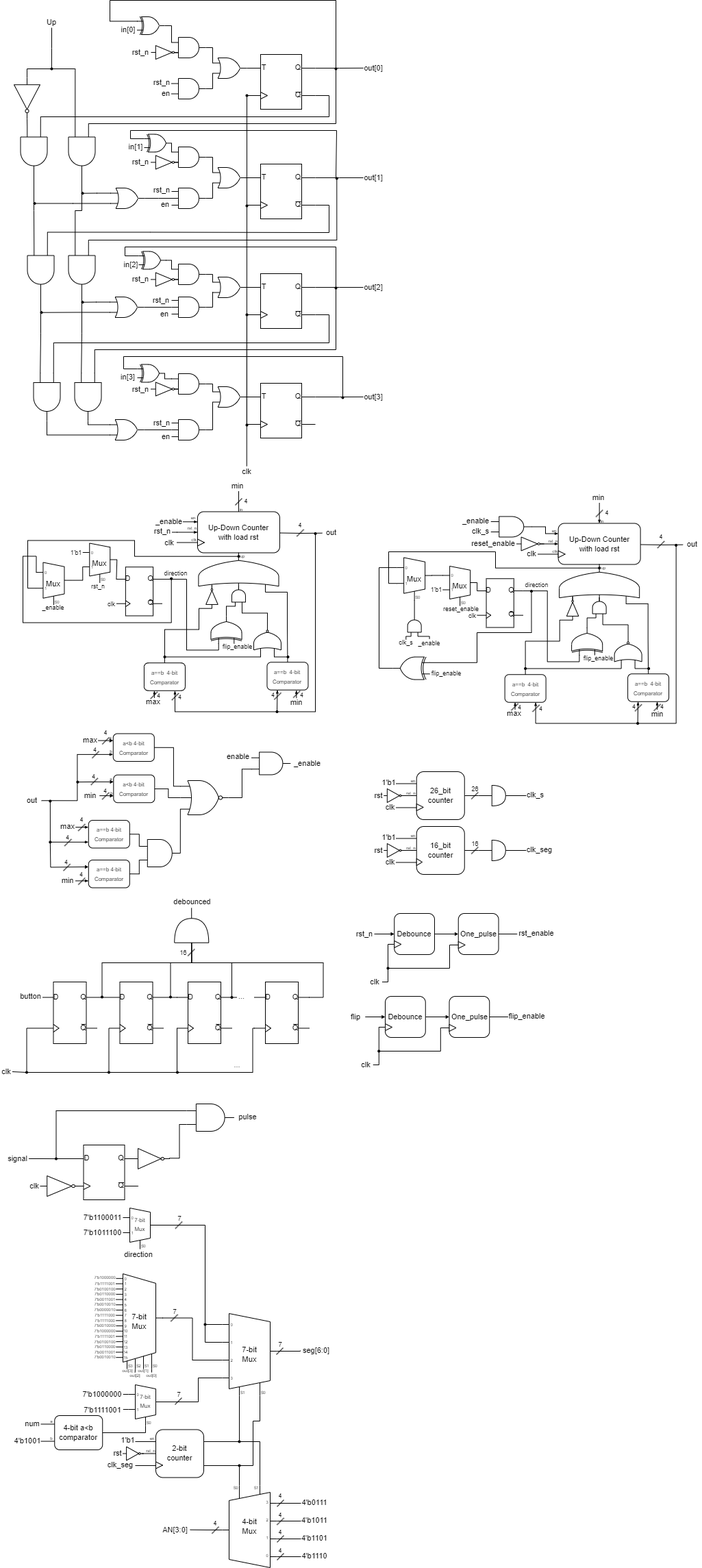
Above: Lab3/Advanced/3-5/Lab3-5.png in Crazy-Ting-Yao/2023-Fall-Hardware_Design_and_Lab_Lee (draw.io), before the change. Source tidied: cells renumbered, new cells last; positions are measured from the earlier drawing's top-left corner, leaving out a move shared by most shapes.
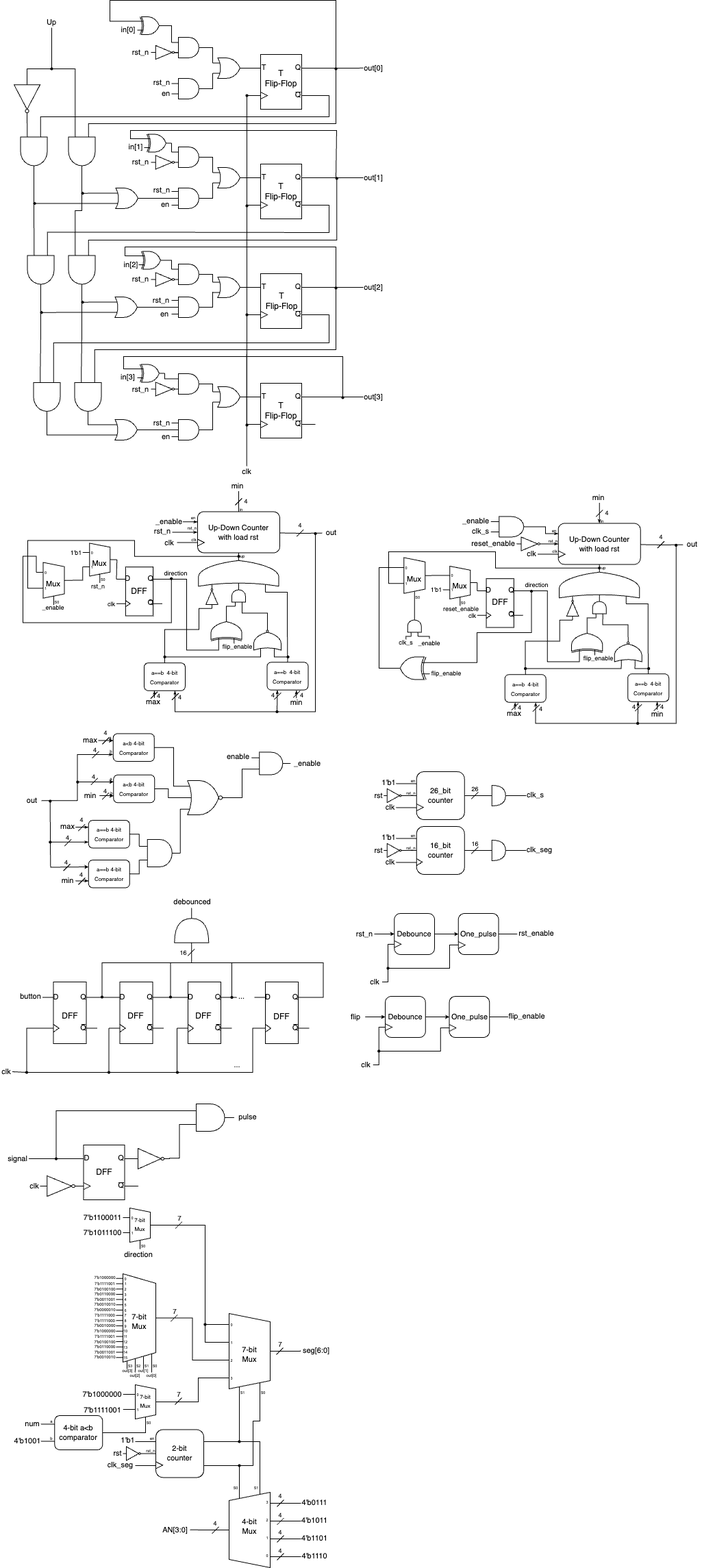
The same diagram one commit later.

Change to the diagram source:
```diff
@@ -1948,5 +1948,38 @@
     <mxCell id="469" value="&lt;font size=&quot;1&quot;&gt;7&lt;/font&gt;" style="text;html=1;strokeColor=none;fillColor=none;align=center;verticalAlign=middle;whiteSpace=wrap;rounded=0;fontSize=11;fontFamily=Helvetica;fontColor=default;" parent="1" vertex="1">
       <mxGeometry x="256" y="2028" width="10" height="14" as="geometry" />
     </mxCell>
+    <mxCell id="470" value="T &lt;br&gt;Flip-Flop" style="text;html=1;strokeColor=none;fillColor=none;align=center;verticalAlign=middle;whiteSpace=wrap;rounded=0;" parent="1" vertex="1">
+      <mxGeometry x="380" y="264" width="60" height="30" as="geometry" />
+    </mxCell>
+    <mxCell id="471" value="T &lt;br&gt;Flip-Flop" style="text;html=1;strokeColor=none;fillColor=none;align=center;verticalAlign=middle;whiteSpace=wrap;rounded=0;" parent="1" vertex="1">
+      <mxGeometry x="380" y="99" width="60" height="30" as="geometry" />
+    </mxCell>
+    <mxCell id="472" value="T &lt;br&gt;Flip-Flop" style="text;html=1;strokeColor=none;fillColor=none;align=center;verticalAlign=middle;whiteSpace=wrap;rounded=0;" parent="1" vertex="1">
+      <mxGeometry x="381" y="424" width="60" height="30" as="geometry" />
+    </mxCell>
+    <mxCell id="473" value="T &lt;br&gt;Flip-Flop" style="text;html=1;strokeColor=none;fillColor=none;align=center;verticalAlign=middle;whiteSpace=wrap;rounded=0;" parent="1" vertex="1">
+      <mxGeometry x="380" y="584" width="60" height="30" as="geometry" />
+    </mxCell>
+    <mxCell id="474" value="DFF" style="text;html=1;strokeColor=none;fillColor=none;align=center;verticalAlign=middle;whiteSpace=wrap;rounded=0;" parent="1" vertex="1">
+      <mxGeometry x="72.1" y="1468" width="60" height="30" as="geometry" />
+    </mxCell>
+    <mxCell id="475" value="DFF" style="text;html=1;strokeColor=none;fillColor=none;align=center;verticalAlign=middle;whiteSpace=wrap;rounded=0;" parent="1" vertex="1">
+      <mxGeometry x="167.8" y="1468" width="60" height="30" as="geometry" />
+    </mxCell>
+    <mxCell id="476" value="DFF" style="text;html=1;strokeColor=none;fillColor=none;align=center;verticalAlign=middle;whiteSpace=wrap;rounded=0;" parent="1" vertex="1">
+      <mxGeometry x="266.5" y="1468" width="60" height="30" as="geometry" />
+    </mxCell>
+    <mxCell id="477" value="DFF" style="text;html=1;strokeColor=none;fillColor=none;align=center;verticalAlign=middle;whiteSpace=wrap;rounded=0;" parent="1" vertex="1">
+      <mxGeometry x="381" y="1469" width="60" height="30" as="geometry" />
+    </mxCell>
+    <mxCell id="478" value="DFF" style="text;html=1;strokeColor=none;fillColor=none;align=center;verticalAlign=middle;whiteSpace=wrap;rounded=0;" parent="1" vertex="1">
+      <mxGeometry x="121.5" y="1696" width="60" height="30" as="geometry" />
+    </mxCell>
+    <mxCell id="479" value="DFF" style="text;html=1;strokeColor=none;fillColor=none;align=center;verticalAlign=middle;whiteSpace=wrap;rounded=0;" parent="1" vertex="1">
+      <mxGeometry x="699.6" y="863.6" width="60" height="30" as="geometry" />
+    </mxCell>
+    <mxCell id="480" value="DFF" style="text;html=1;strokeColor=none;fillColor=none;align=center;verticalAlign=middle;whiteSpace=wrap;rounded=0;" parent="1" vertex="1">
+      <mxGeometry x="172.9" y="847.9" width="60" height="30" as="geometry" />
+    </mxCell>
   </root>
 </mxGraphModel>
```
